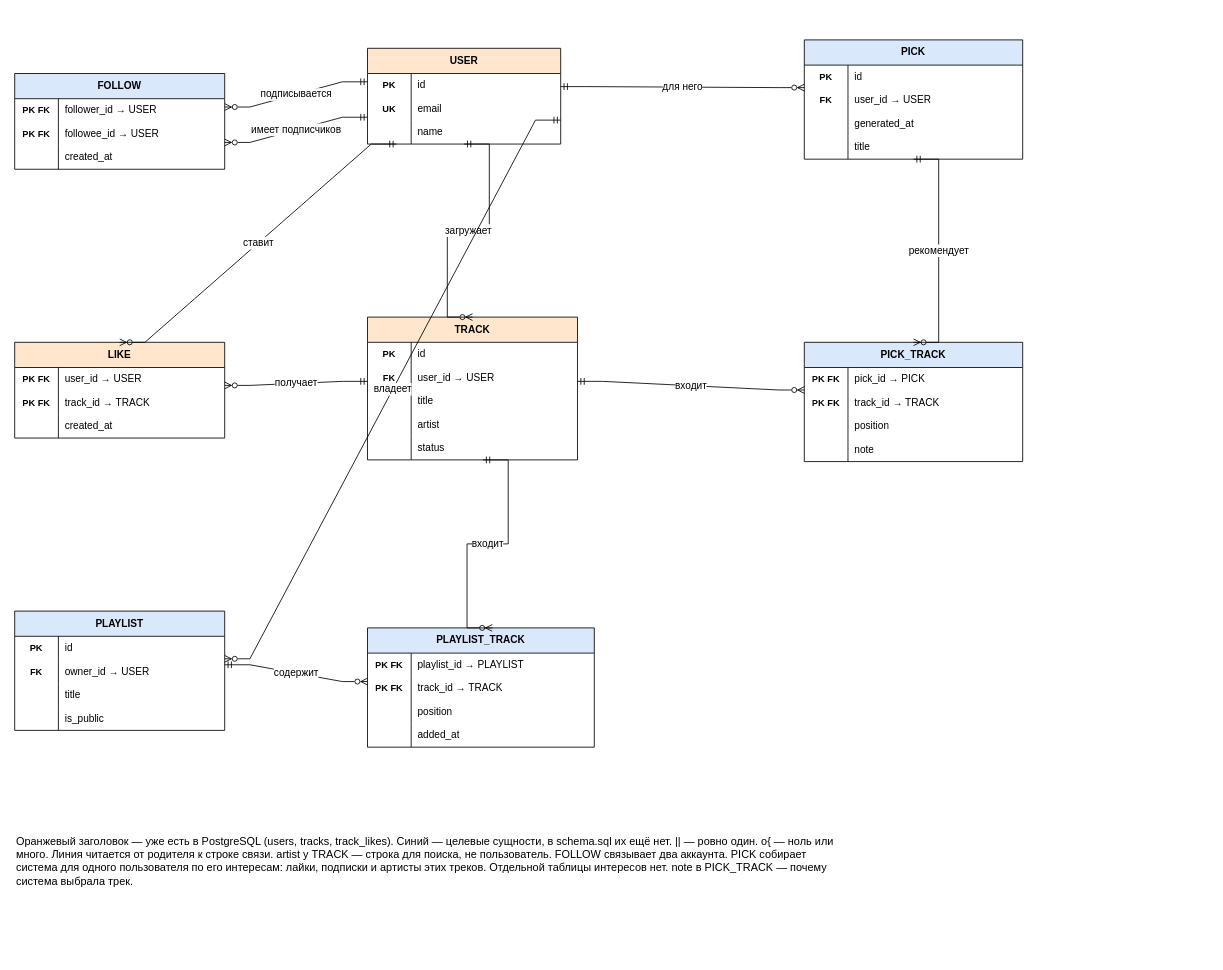
skitcc/chimera keeps this draw.io diagram as schemas/er.drawio. Above is the earlier version. Source tidied: cells renumbered, new cells numbered last; positions are measured from the earlier drawing's top-left corner, leaving out a move shared by most shapes. Both pictures are drawn from the tidied source at 84%, with x=0, y=0 at pixel (14, 39).
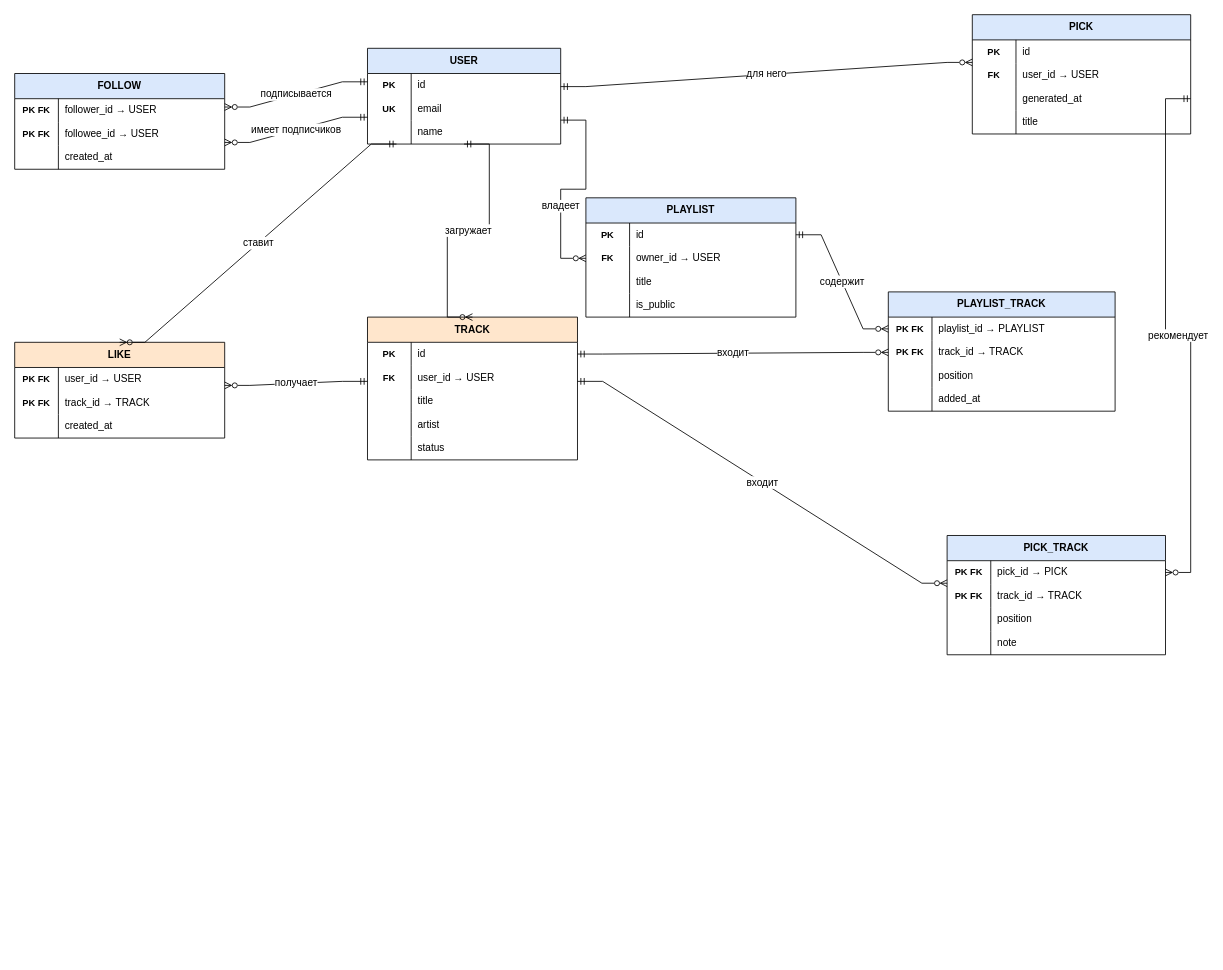
The same page after the edit.

Unchanged cells that the change refers to:
```xml
<mxCell id="29" style="shape=tableRow;horizontal=0;startSize=0;swimlaneHead=0;swimlaneBody=0;fillColor=none;points=[[0,0.5],[1,0.5]];portConstraint=eastwest;top=0;left=0;right=0;bottom=0;html=1;" parent="22" vertex="1">
  <mxGeometry y="86" width="260" height="28" as="geometry" />
</mxCell>
<mxCell id="46" style="shape=tableRow;horizontal=0;startSize=0;swimlaneHead=0;swimlaneBody=0;fillColor=none;points=[[0,0.5],[1,0.5]];portConstraint=eastwest;top=0;left=0;right=0;bottom=0;html=1;" parent="45" vertex="1">
  <mxGeometry y="30" width="250" height="28" as="geometry" />
</mxCell>
<mxCell id="62" style="shape=tableRow;horizontal=0;startSize=0;swimlaneHead=0;swimlaneBody=0;fillColor=none;points=[[0,0.5],[1,0.5]];portConstraint=eastwest;top=0;left=0;right=0;bottom=0;html=1;" parent="61" vertex="1">
  <mxGeometry y="30" width="260" height="28" as="geometry" />
</mxCell>
<mxCell id="75" style="shape=tableRow;horizontal=0;startSize=0;swimlaneHead=0;swimlaneBody=0;fillColor=none;points=[[0,0.5],[1,0.5]];portConstraint=eastwest;top=0;left=0;right=0;bottom=0;html=1;" parent="74" vertex="1">
  <mxGeometry y="30" width="250" height="28" as="geometry" />
</mxCell>
<mxCell id="78" style="shape=tableRow;horizontal=0;startSize=0;swimlaneHead=0;swimlaneBody=0;fillColor=none;points=[[0,0.5],[1,0.5]];portConstraint=eastwest;top=0;left=0;right=0;bottom=0;html=1;" parent="74" vertex="1">
  <mxGeometry y="58" width="250" height="28" as="geometry" />
</mxCell>
<mxCell id="88" style="shape=tableRow;horizontal=0;startSize=0;swimlaneHead=0;swimlaneBody=0;fillColor=none;points=[[0,0.5],[1,0.5]];portConstraint=eastwest;top=0;left=0;right=0;bottom=0;html=1;" parent="87" vertex="1">
  <mxGeometry y="30" width="270" height="28" as="geometry" />
</mxCell>
<mxCell id="91" style="shape=tableRow;horizontal=0;startSize=0;swimlaneHead=0;swimlaneBody=0;fillColor=none;points=[[0,0.5],[1,0.5]];portConstraint=eastwest;top=0;left=0;right=0;bottom=0;html=1;" parent="87" vertex="1">
  <mxGeometry y="58" width="270" height="28" as="geometry" />
</mxCell>
```

The edit, as a diff of the source:
```diff
@@
-    <mxCell id="12" value="USER" style="shape=table;startSize=30;childLayout=tableLayout;rowLines=0;fontStyle=1;align=center;html=1;whiteSpace=wrap;fillColor=#ffe6cc;strokeColor=#000000;fontColor=#000000;swimlaneFillColor=#ffffff;" parent="1" vertex="1">
+    <mxCell id="12" value="USER" style="shape=table;startSize=30;childLayout=tableLayout;rowLines=0;fontStyle=1;align=center;html=1;whiteSpace=wrap;fillColor=light-dark(#DAE8FC,#1D293B);strokeColor=#000000;fontColor=#000000;swimlaneFillColor=#ffffff;" parent="1" vertex="1">
       <mxGeometry x="420" y="10" width="230" height="114" as="geometry" />
     </mxCell>
@@
     <mxCell id="22" value="PICK" style="shape=table;startSize=30;childLayout=tableLayout;rowLines=0;fontStyle=1;align=center;html=1;whiteSpace=wrap;fillColor=#dae8fc;strokeColor=#000000;fontColor=#000000;swimlaneFillColor=#ffffff;" parent="1" vertex="1">
-      <mxGeometry x="940" width="260" height="142" as="geometry" />
+      <mxGeometry x="1140" y="-30" width="260" height="142" as="geometry" />
     </mxCell>
@@
-    <mxCell id="35" value="LIKE" style="shape=table;startSize=30;childLayout=tableLayout;rowLines=0;fontStyle=1;align=center;html=1;whiteSpace=wrap;fillColor=#ffe6cc;strokeColor=#000000;fontColor=#000000;swimlaneFillColor=#ffffff;" parent="1" vertex="1">
+    <mxCell id="35" value="LIKE" style="shape=table;startSize=30;childLayout=tableLayout;rowLines=0;fontStyle=1;align=center;html=1;whiteSpace=wrap;fillColor=light-dark(#FFE6CC,#1D293B);strokeColor=#000000;fontColor=#000000;swimlaneFillColor=#ffffff;" parent="1" vertex="1">
       <mxGeometry y="360" width="250" height="114" as="geometry" />
     </mxCell>
@@
-    <mxCell id="45" value="TRACK" style="shape=table;startSize=30;childLayout=tableLayout;rowLines=0;fontStyle=1;align=center;html=1;whiteSpace=wrap;fillColor=#ffe6cc;strokeColor=#000000;fontColor=#000000;swimlaneFillColor=#ffffff;" parent="1" vertex="1">
+    <mxCell id="45" value="TRACK" style="shape=table;startSize=30;childLayout=tableLayout;rowLines=0;fontStyle=1;align=center;html=1;whiteSpace=wrap;fillColor=light-dark(#FFE6CC,#1D293B);strokeColor=#000000;fontColor=#000000;swimlaneFillColor=#ffffff;" parent="1" vertex="1">
       <mxGeometry x="420" y="330" width="250" height="170" as="geometry" />
     </mxCell>
@@
     <mxCell id="61" value="PICK_TRACK" style="shape=table;startSize=30;childLayout=tableLayout;rowLines=0;fontStyle=1;align=center;html=1;whiteSpace=wrap;fillColor=#dae8fc;strokeColor=#000000;fontColor=#000000;swimlaneFillColor=#ffffff;" parent="1" vertex="1">
-      <mxGeometry x="940" y="360" width="260" height="142" as="geometry" />
+      <mxGeometry x="1110" y="590" width="260" height="142" as="geometry" />
     </mxCell>
@@
     <mxCell id="74" value="PLAYLIST" style="shape=table;startSize=30;childLayout=tableLayout;rowLines=0;fontStyle=1;align=center;html=1;whiteSpace=wrap;fillColor=#dae8fc;strokeColor=#000000;fontColor=#000000;swimlaneFillColor=#ffffff;" parent="1" vertex="1">
-      <mxGeometry y="680" width="250" height="142" as="geometry" />
+      <mxGeometry x="680" y="188" width="250" height="142" as="geometry" />
     </mxCell>
@@
     <mxCell id="87" value="PLAYLIST_TRACK" style="shape=table;startSize=30;childLayout=tableLayout;rowLines=0;fontStyle=1;align=center;html=1;whiteSpace=wrap;fillColor=#dae8fc;strokeColor=#000000;fontColor=#000000;swimlaneFillColor=#ffffff;" parent="1" vertex="1">
-      <mxGeometry x="420" y="700" width="270" height="142" as="geometry" />
+      <mxGeometry x="1040" y="300" width="270" height="142" as="geometry" />
     </mxCell>
@@
-    <mxCell id="106" value="рекомендует" style="edgeStyle=entityRelationEdgeStyle;fontSize=12;html=1;endArrow=ERzeroToMany;endFill=0;startArrow=ERmandOne;startFill=0;strokeColor=#000000;fontColor=#000000;labelBackgroundColor=#ffffff;rounded=0;exitX=0.5;exitY=1;exitDx=0;exitDy=0;entryX=0.5;entryY=0;entryDx=0;entryDy=0;" parent="1" edge="1" source="22" target="61">
+    <mxCell id="106" value="рекомендует" style="edgeStyle=entityRelationEdgeStyle;fontSize=12;html=1;endArrow=ERzeroToMany;endFill=0;startArrow=ERmandOne;startFill=0;strokeColor=#000000;fontColor=#000000;labelBackgroundColor=#ffffff;rounded=0;exitX=1;exitY=0.5;exitDx=0;exitDy=0;entryX=1;entryY=0.5;entryDx=0;entryDy=0;" parent="1" edge="1" source="29" target="62">
       <mxGeometry relative="1" as="geometry" />
     </mxCell>
@@
-    <mxCell id="108" value="входит" style="edgeStyle=entityRelationEdgeStyle;fontSize=12;html=1;endArrow=ERzeroToMany;endFill=0;startArrow=ERmandOne;startFill=0;strokeColor=#000000;fontColor=#000000;labelBackgroundColor=#ffffff;rounded=0;exitX=0.55;exitY=1;exitDx=0;exitDy=0;entryX=0.55;entryY=0;entryDx=0;entryDy=0;" parent="1" edge="1" source="45" target="87">
+    <mxCell id="108" value="входит" style="edgeStyle=entityRelationEdgeStyle;fontSize=12;html=1;endArrow=ERzeroToMany;endFill=0;startArrow=ERmandOne;startFill=0;strokeColor=#000000;fontColor=#000000;labelBackgroundColor=#ffffff;rounded=0;exitX=1;exitY=0.5;exitDx=0;exitDy=0;entryX=0;entryY=0.5;entryDx=0;entryDy=0;" parent="1" edge="1" source="46" target="91">
       <mxGeometry relative="1" as="geometry" />
     </mxCell>
-    <mxCell id="109" value="содержит" style="edgeStyle=entityRelationEdgeStyle;fontSize=12;html=1;endArrow=ERzeroToMany;endFill=0;startArrow=ERmandOne;startFill=0;strokeColor=#000000;fontColor=#000000;labelBackgroundColor=#ffffff;rounded=0;exitX=1;exitY=0.45;exitDx=0;exitDy=0;entryX=0;entryY=0.45;entryDx=0;entryDy=0;" parent="1" edge="1" source="74" target="87">
+    <mxCell id="109" value="содержит" style="edgeStyle=entityRelationEdgeStyle;fontSize=12;html=1;endArrow=ERzeroToMany;endFill=0;startArrow=ERmandOne;startFill=0;strokeColor=#000000;fontColor=#000000;labelBackgroundColor=#ffffff;rounded=0;exitX=1;exitY=0.5;exitDx=0;exitDy=0;entryX=0;entryY=0.5;entryDx=0;entryDy=0;" parent="1" edge="1" source="75" target="88">
       <mxGeometry relative="1" as="geometry" />
     </mxCell>
-    <mxCell id="110" value="владеет" style="edgeStyle=entityRelationEdgeStyle;fontSize=12;html=1;endArrow=ERzeroToMany;endFill=0;startArrow=ERmandOne;startFill=0;strokeColor=#000000;fontColor=#000000;labelBackgroundColor=#ffffff;rounded=0;exitX=1;exitY=0.75;exitDx=0;exitDy=0;entryX=1;entryY=0.4;entryDx=0;entryDy=0;" parent="1" edge="1" source="12" target="74">
-      <mxGeometry relative="1" as="geometry">
+    <mxCell id="110" value="владеет" style="edgeStyle=entityRelationEdgeStyle;fontSize=12;html=1;endArrow=ERzeroToMany;endFill=0;startArrow=ERmandOne;startFill=0;strokeColor=#000000;fontColor=#000000;labelBackgroundColor=#ffffff;rounded=0;exitX=1;exitY=0.75;exitDx=0;exitDy=0;entryX=0;entryY=0.5;entryDx=0;entryDy=0;" parent="1" edge="1" source="12" target="78">
+      <mxGeometry x="0.27" relative="1" as="geometry">
         <Array as="points">
           <mxPoint x="1280" y="120" />
           <mxPoint x="1280" y="760" />
         </Array>
       </mxGeometry>
     </mxCell>
-    <mxCell id="111" value="Оранжевый заголовок — уже есть в PostgreSQL (users, tracks, track_likes). Синий — целевые сущности, в schema.sql их ещё нет. || — ровно один.  o{ — ноль или много. Линия читается от родителя к строке связи. artist у TRACK — строка для поиска, не пользователь. FOLLOW связывает два аккаунта. PICK собирает система для одного пользователя по его интересам: лайки, подписки и артисты этих треков. Отдельной таблицы интересов нет. note в PICK_TRACK — почему система выбрала трек." style="text;html=1;strokeColor=none;fillColor=none;align=left;verticalAlign=top;fontSize=13;fontColor=#000000;whiteSpace=wrap;" parent="1" vertex="1">
-      <mxGeometry y="940" width="980" height="150" as="geometry" />
-    </mxCell>
```
